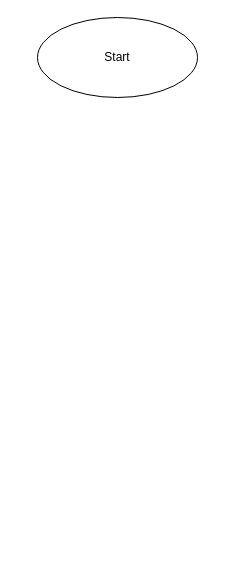
This is Untitled Diagram.drawio from mphaphulimaureen/alx-pre_course, a draw.io file, before an edit. Source tidied: cells renumbered, new cells numbered last; positions are measured from the earlier drawing's top-left corner, leaving out a move shared by most shapes. Both pictures are drawn from the tidied source at 100%, with x=0, y=0 at pixel (37, 17).
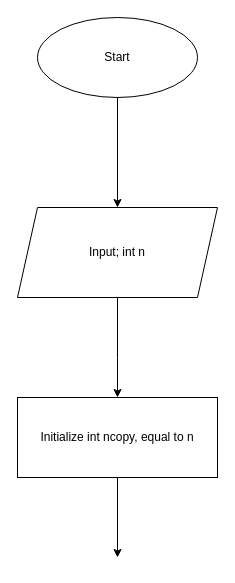
Above is the later version.

Diff of the diagram source:
```diff
@@
 <mxGraphModel>
   <root>
     <mxCell id="0" />
     <mxCell id="1" parent="0" />
     <mxCell id="2" value="Start" style="ellipse;whiteSpace=wrap;html=1;" parent="1" vertex="1">
       <mxGeometry width="160" height="80" as="geometry" />
     </mxCell>
+    <mxCell id="3" style="endArrow=classic;html=1;rounded=0;fontColor=none;exitX=0.5;exitY=1;exitDx=0;exitDy=0;" parent="1" edge="1" source="2">
+      <mxGeometry relative="1" as="geometry">
+        <mxPoint x="80" y="190" as="targetPoint" />
+      </mxGeometry>
+    </mxCell>
+    <mxCell id="4" value="Input; int n" style="shape=parallelogram;perimeter=parallelogramPerimeter;whiteSpace=wrap;html=1;fixedSize=1;" parent="1" vertex="1">
+      <mxGeometry x="-20" y="190" width="200" height="90" as="geometry" />
+    </mxCell>
+    <mxCell id="5" style="endArrow=classic;html=1;rounded=0;exitX=0.5;exitY=1;exitDx=0;exitDy=0;" parent="1" edge="1" source="4">
+      <mxGeometry relative="1" as="geometry">
+        <mxPoint x="80" y="380" as="targetPoint" />
+        <Array as="points">
+          <mxPoint x="80" y="340" />
+        </Array>
+      </mxGeometry>
+    </mxCell>
+    <mxCell id="6" value="Initialize int ncopy, equal to n" style="rounded=0;whiteSpace=wrap;html=1;" parent="1" vertex="1">
+      <mxGeometry x="-20" y="380" width="200" height="80" as="geometry" />
+    </mxCell>
+    <mxCell id="7" style="edgeStyle=none;jettySize=auto;html=1;rounded=0;exitX=0.5;exitY=1;exitDx=0;exitDy=0;" parent="1" edge="1" source="6">
+      <mxGeometry relative="1" as="geometry">
+        <mxPoint x="80" y="540" as="targetPoint" />
+      </mxGeometry>
+    </mxCell>
   </root>
 </mxGraphModel>
```
